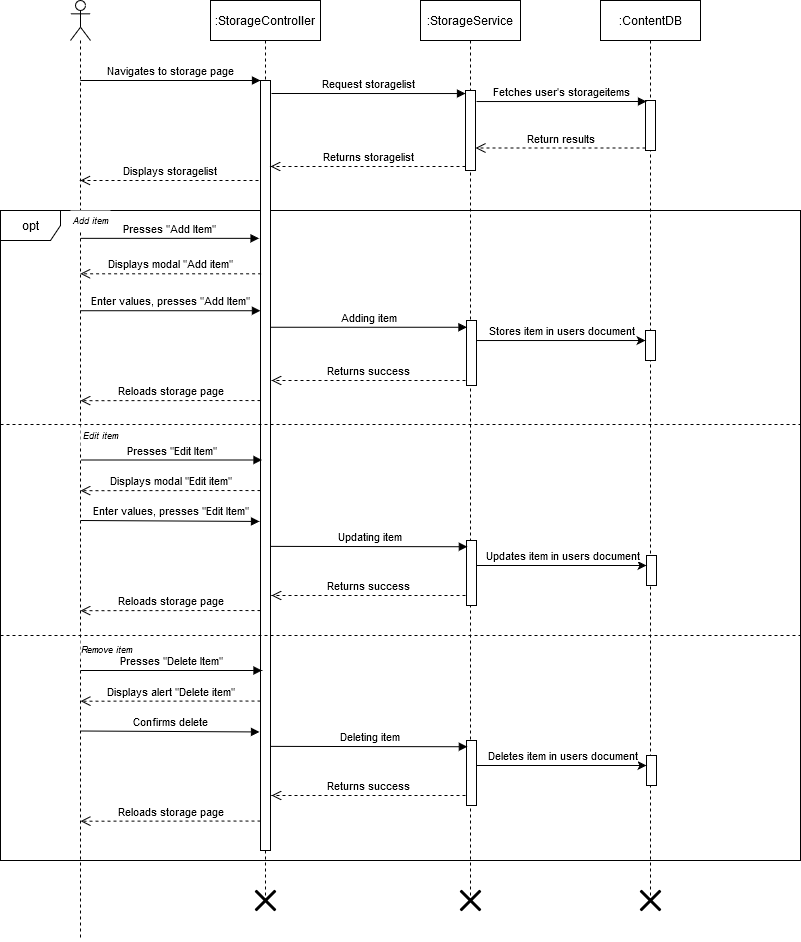
ohrling/exjob keeps this draw.io diagram as Diagrams/SequenceStorageItems.png. Above is the earlier version. Source tidied: cells renumbered, new cells last; positions are measured from the earlier drawing's top-left corner, leaving out a move shared by most shapes.
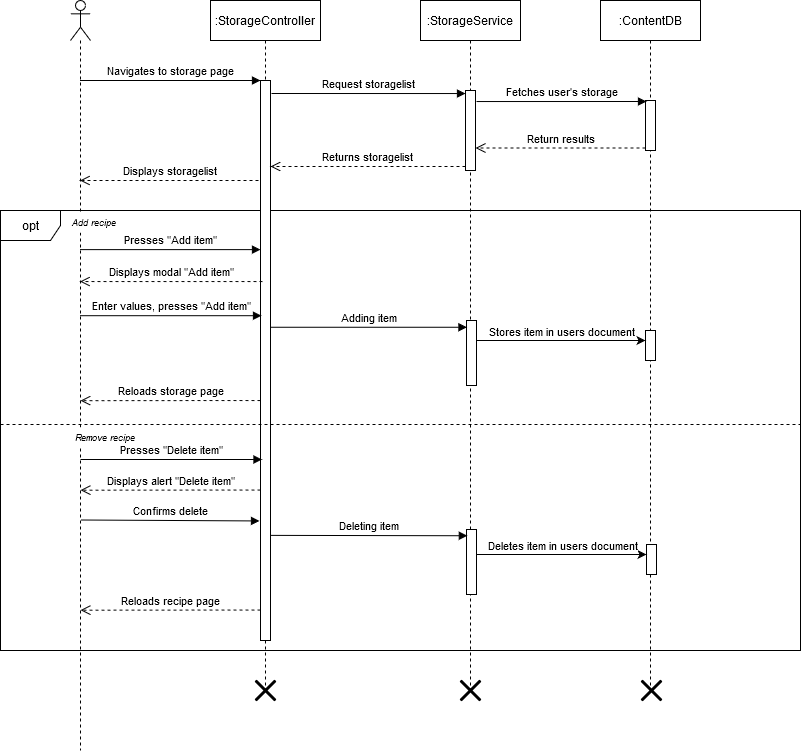
After the change.

Change to the diagram source:
```diff
@@ -3,28 +3,25 @@
     <mxCell id="0" />
     <mxCell id="1" parent="0" />
     <mxCell id="2" value="opt" style="shape=umlFrame;whiteSpace=wrap;html=1;" parent="1" vertex="1">
-      <mxGeometry y="210" width="800" height="650" as="geometry" />
+      <mxGeometry y="210" width="800" height="440" as="geometry" />
     </mxCell>
     <mxCell id="3" style="shape=umlLifeline;participant=umlActor;perimeter=lifelinePerimeter;whiteSpace=wrap;html=1;verticalAlign=top;spacingTop=36;labelBackgroundColor=#ffffff;outlineConnect=0;" parent="1" vertex="1">
-      <mxGeometry x="70" width="20" height="940" as="geometry" />
+      <mxGeometry x="70" width="20" height="750" as="geometry" />
     </mxCell>
     <mxCell id="4" value=":StorageController" style="shape=umlLifeline;perimeter=lifelinePerimeter;whiteSpace=wrap;html=1;" parent="1" vertex="1">
-      <mxGeometry x="210" width="110" height="900" as="geometry" />
+      <mxGeometry x="210" width="110" height="690" as="geometry" />
     </mxCell>
     <mxCell id="5" style="html=1;points=[];perimeter=orthogonalPerimeter;" parent="4" vertex="1">
-      <mxGeometry x="50" y="80" width="10" height="770" as="geometry" />
+      <mxGeometry x="50" y="80" width="10" height="560" as="geometry" />
     </mxCell>
     <mxCell id="6" value=":StorageService" style="shape=umlLifeline;perimeter=lifelinePerimeter;whiteSpace=wrap;html=1;" parent="1" vertex="1">
-      <mxGeometry x="420" width="100" height="900" as="geometry" />
+      <mxGeometry x="420" width="100" height="690" as="geometry" />
     </mxCell>
     <mxCell id="7" style="html=1;points=[];perimeter=orthogonalPerimeter;fillColor=#ffffff;fontSize=11;align=center;" parent="6" vertex="1">
       <mxGeometry x="46" y="320" width="10" height="65" as="geometry" />
     </mxCell>
-    <mxCell id="8" style="html=1;points=[];perimeter=orthogonalPerimeter;fillColor=#ffffff;fontSize=11;align=center;" parent="6" vertex="1">
-      <mxGeometry x="46" y="540" width="10" height="65" as="geometry" />
-    </mxCell>
     <mxCell id="9" style="html=1;points=[];perimeter=orthogonalPerimeter;fillColor=#ffffff;fontSize=11;align=center;" parent="6" vertex="1">
-      <mxGeometry x="46" y="740" width="10" height="65" as="geometry" />
+      <mxGeometry x="46" y="529" width="10" height="65" as="geometry" />
     </mxCell>
     <mxCell id="10" style="html=1;points=[];perimeter=orthogonalPerimeter;" parent="1" vertex="1">
       <mxGeometry x="465" y="90" width="10" height="80" as="geometry" />
@@ -48,7 +45,7 @@
       </mxGeometry>
     </mxCell>
     <mxCell id="15" value=":ContentDB" style="shape=umlLifeline;perimeter=lifelinePerimeter;whiteSpace=wrap;html=1;" parent="1" vertex="1">
-      <mxGeometry x="600" width="100" height="900" as="geometry" />
+      <mxGeometry x="600" width="100" height="690" as="geometry" />
     </mxCell>
     <mxCell id="16" style="html=1;points=[];perimeter=orthogonalPerimeter;" parent="15" vertex="1">
       <mxGeometry x="45" y="100" width="10" height="50" as="geometry" />
@@ -56,34 +53,28 @@
     <mxCell id="17" style="html=1;points=[];perimeter=orthogonalPerimeter;fillColor=#ffffff;fontSize=11;align=center;" parent="15" vertex="1">
       <mxGeometry x="45" y="330" width="10" height="30" as="geometry" />
     </mxCell>
-    <mxCell id="18" style="html=1;points=[];perimeter=orthogonalPerimeter;fillColor=#ffffff;fontSize=11;align=center;" parent="15" vertex="1">
-      <mxGeometry x="46" y="555" width="10" height="30" as="geometry" />
-    </mxCell>
     <mxCell id="19" style="html=1;points=[];perimeter=orthogonalPerimeter;fillColor=#ffffff;fontSize=11;align=center;" parent="15" vertex="1">
-      <mxGeometry x="46" y="755" width="10" height="30" as="geometry" />
+      <mxGeometry x="46" y="544" width="10" height="30" as="geometry" />
     </mxCell>
     <mxCell id="20" value="Return results" style="html=1;verticalAlign=bottom;endArrow=open;dashed=1;endSize=8;exitX=0;exitY=0.95;" parent="1" edge="1" source="16" target="10">
       <mxGeometry relative="1" as="geometry" />
     </mxCell>
-    <mxCell id="21" value="Fetches user's storageitems" style="html=1;verticalAlign=bottom;endArrow=block;exitX=1.1;exitY=0.138;exitDx=0;exitDy=0;exitPerimeter=0;entryX=0.1;entryY=0.02;entryDx=0;entryDy=0;entryPerimeter=0;" parent="1" edge="1" source="10" target="16">
+    <mxCell id="21" value="Fetches user's storage" style="html=1;verticalAlign=bottom;endArrow=block;exitX=1.1;exitY=0.138;exitDx=0;exitDy=0;exitPerimeter=0;entryX=0.1;entryY=0.02;entryDx=0;entryDy=0;entryPerimeter=0;" parent="1" edge="1" source="10" target="16">
       <mxGeometry relative="1" as="geometry" />
     </mxCell>
-    <mxCell id="22" value="Presses &quot;Add Item&quot;" style="html=1;verticalAlign=bottom;endArrow=block;entryX=-0.145;entryY=0.205;entryDx=0;entryDy=0;entryPerimeter=0;" parent="1" edge="1" source="3" target="5">
+    <mxCell id="22" value="Presses &quot;Add item&quot;" style="html=1;verticalAlign=bottom;endArrow=block;entryX=0;entryY=0.302;entryDx=0;entryDy=0;entryPerimeter=0;" parent="1" edge="1" source="3" target="5">
       <mxGeometry relative="1" as="geometry" />
     </mxCell>
-    <mxCell id="23" value="Add item" style="text;html=1;strokeColor=none;fillColor=#ffffff;align=center;verticalAlign=middle;whiteSpace=wrap;rounded=0;fontSize=9;fontStyle=2;" parent="1" vertex="1">
-      <mxGeometry x="70" y="210" width="40" height="20" as="geometry" />
+    <mxCell id="23" value="Add recipe" style="text;html=1;strokeColor=none;fillColor=#ffffff;align=center;verticalAlign=middle;whiteSpace=wrap;rounded=0;fontSize=9;fontStyle=2;" parent="1" vertex="1">
+      <mxGeometry x="67" y="212" width="53" height="20" as="geometry" />
     </mxCell>
-    <mxCell id="24" value="Edit item" style="text;html=1;strokeColor=none;fillColor=#ffffff;align=center;verticalAlign=middle;whiteSpace=wrap;rounded=0;fontSize=9;fontStyle=2;" parent="1" vertex="1">
-      <mxGeometry x="80" y="425" width="40" height="20" as="geometry" />
-    </mxCell>
-    <mxCell id="25" value="Remove item" style="text;html=1;strokeColor=none;fillColor=#ffffff;align=center;verticalAlign=middle;whiteSpace=wrap;rounded=0;fontSize=9;fontStyle=2;" parent="1" vertex="1">
-      <mxGeometry x="80" y="639" width="53" height="20" as="geometry" />
+    <mxCell id="25" value="Remove recipe" style="text;html=1;strokeColor=none;fillColor=#ffffff;align=center;verticalAlign=middle;whiteSpace=wrap;rounded=0;fontSize=9;fontStyle=2;" parent="1" vertex="1">
+      <mxGeometry x="70" y="427" width="70" height="20" as="geometry" />
     </mxCell>
-    <mxCell id="26" value="Displays modal &quot;Add item&quot;" style="html=1;verticalAlign=bottom;endArrow=open;dashed=1;endSize=8;fontSize=11;exitX=0.062;exitY=0.251;exitDx=0;exitDy=0;exitPerimeter=0;" parent="1" edge="1" source="5" target="3">
+    <mxCell id="26" value="Displays modal &quot;Add item&quot;" style="html=1;verticalAlign=bottom;endArrow=open;dashed=1;endSize=8;fontSize=11;exitX=0.2;exitY=0.359;exitDx=0;exitDy=0;exitPerimeter=0;" parent="1" edge="1" source="5" target="3">
       <mxGeometry relative="1" as="geometry" />
     </mxCell>
-    <mxCell id="27" value="Enter values, presses &quot;Add Item&quot;" style="html=1;verticalAlign=bottom;endArrow=block;entryX=-0.007;entryY=0.299;entryDx=0;entryDy=0;entryPerimeter=0;" parent="1" edge="1" source="3" target="5">
+    <mxCell id="27" value="Enter values, presses &quot;Add item&quot;" style="html=1;verticalAlign=bottom;endArrow=block;entryX=0.1;entryY=0.42;entryDx=0;entryDy=0;entryPerimeter=0;" parent="1" edge="1" source="3" target="5">
       <mxGeometry relative="1" as="geometry" />
     </mxCell>
     <mxCell id="28" value="Adding item" style="html=1;verticalAlign=bottom;endArrow=block;fontSize=11;entryX=0.045;entryY=0.104;entryDx=0;entryDy=0;entryPerimeter=0;" parent="1" edge="1" target="7">
@@ -104,12 +95,6 @@
         <mxPoint x="-21" y="-9" as="offset" />
       </mxGeometry>
     </mxCell>
-    <mxCell id="31" value="Returns success" style="html=1;verticalAlign=bottom;endArrow=open;dashed=1;endSize=8;fontSize=11;" parent="1" edge="1">
-      <mxGeometry relative="1" as="geometry">
-        <mxPoint x="465" y="380" as="sourcePoint" />
-        <mxPoint x="271" y="380" as="targetPoint" />
-      </mxGeometry>
-    </mxCell>
     <mxCell id="32" value="Reloads storage page" style="html=1;verticalAlign=bottom;endArrow=open;dashed=1;endSize=8;fontSize=11;exitX=0;exitY=0.443;exitDx=0;exitDy=0;exitPerimeter=0;" parent="1" edge="1">
       <mxGeometry relative="1" as="geometry">
         <mxPoint x="260" y="400" as="sourcePoint" />
@@ -119,91 +104,49 @@
     <mxCell id="33" style="line;strokeWidth=1;fillColor=none;align=left;verticalAlign=middle;spacingTop=-1;spacingLeft=3;spacingRight=3;labelPosition=right;fontSize=11;dashed=1;" parent="1" vertex="1">
       <mxGeometry y="420" width="800" height="8" as="geometry" />
     </mxCell>
-    <mxCell id="34" value="Presses &quot;Edit Item&quot;" style="html=1;verticalAlign=bottom;endArrow=block;entryX=0.1;entryY=0.369;entryDx=0;entryDy=0;entryPerimeter=0;" parent="1" edge="1">
-      <mxGeometry relative="1" as="geometry">
-        <mxPoint x="80" y="459.5" as="sourcePoint" />
-        <mxPoint x="261.5" y="459.5" as="targetPoint" />
-      </mxGeometry>
-    </mxCell>
-    <mxCell id="35" value="Displays modal &quot;Edit item&quot;" style="html=1;verticalAlign=bottom;endArrow=open;dashed=1;endSize=8;fontSize=11;exitX=0;exitY=0.443;exitDx=0;exitDy=0;exitPerimeter=0;" parent="1" edge="1">
-      <mxGeometry relative="1" as="geometry">
-        <mxPoint x="260" y="490" as="sourcePoint" />
-        <mxPoint x="80" y="490.1" as="targetPoint" />
-      </mxGeometry>
-    </mxCell>
-    <mxCell id="36" value="Enter values, presses &quot;Edit Item&quot;" style="html=1;verticalAlign=bottom;endArrow=block;exitX=0.6;exitY=0.43;exitDx=0;exitDy=0;exitPerimeter=0;entryX=0.1;entryY=0.369;entryDx=0;entryDy=0;entryPerimeter=0;" parent="1" edge="1">
-      <mxGeometry relative="1" as="geometry">
-        <mxPoint x="80" y="520" as="sourcePoint" />
-        <mxPoint x="259" y="520.9" as="targetPoint" />
-      </mxGeometry>
-    </mxCell>
-    <mxCell id="37" style="edgeStyle=orthogonalEdgeStyle;rounded=0;jettySize=auto;html=1;fontSize=11;" parent="1" edge="1" source="8" target="18">
+    <mxCell id="37" style="edgeStyle=orthogonalEdgeStyle;rounded=0;jettySize=auto;html=1;fontSize=11;" parent="1" edge="1" source="x">
       <mxGeometry relative="1" as="geometry">
+        <mxPoint x="646" y="565" as="targetPoint" />
         <Array as="points">
           <mxPoint x="581" y="565" />
           <mxPoint x="581" y="565" />
         </Array>
       </mxGeometry>
     </mxCell>
-    <mxCell id="38" value="Updates item in users document" style="text;html=1;align=center;verticalAlign=middle;labelBackgroundColor=#ffffff;fontSize=11;" parent="37" vertex="1">
-      <mxGeometry x="0.25" y="1" relative="1" as="geometry">
-        <mxPoint x="-21" y="-9" as="offset" />
-      </mxGeometry>
-    </mxCell>
-    <mxCell id="39" value="Updating item" style="html=1;verticalAlign=bottom;endArrow=block;fontSize=11;entryX=0.083;entryY=0.096;entryDx=0;entryDy=0;entryPerimeter=0;exitX=0.9;exitY=0.392;exitDx=0;exitDy=0;exitPerimeter=0;" parent="1" edge="1" target="8">
-      <mxGeometry relative="1" as="geometry">
-        <mxPoint x="270" y="545.9" as="sourcePoint" />
-      </mxGeometry>
-    </mxCell>
-    <mxCell id="40" value="Returns success" style="html=1;verticalAlign=bottom;endArrow=open;dashed=1;endSize=8;fontSize=11;" parent="1" edge="1">
-      <mxGeometry relative="1" as="geometry">
-        <mxPoint x="465" y="595" as="sourcePoint" />
-        <mxPoint x="271" y="595" as="targetPoint" />
-      </mxGeometry>
-    </mxCell>
-    <mxCell id="41" value="Reloads storage page" style="html=1;verticalAlign=bottom;endArrow=open;dashed=1;endSize=8;fontSize=11;exitX=0;exitY=0.443;exitDx=0;exitDy=0;exitPerimeter=0;" parent="1" edge="1">
-      <mxGeometry relative="1" as="geometry">
-        <mxPoint x="260" y="610" as="sourcePoint" />
-        <mxPoint x="80" y="610.2" as="targetPoint" />
-      </mxGeometry>
-    </mxCell>
-    <mxCell id="42" style="line;strokeWidth=1;fillColor=none;align=left;verticalAlign=middle;spacingTop=-1;spacingLeft=3;spacingRight=3;labelPosition=right;fontSize=11;dashed=1;" parent="1" vertex="1">
-      <mxGeometry y="631" width="800" height="8" as="geometry" />
-    </mxCell>
-    <mxCell id="43" value="Presses &quot;Delete Item&quot;" style="html=1;verticalAlign=bottom;endArrow=block;entryX=0.1;entryY=0.369;entryDx=0;entryDy=0;entryPerimeter=0;" parent="1" edge="1">
+    <mxCell id="43" value="Presses &quot;Delete item&quot;" style="html=1;verticalAlign=bottom;endArrow=block;entryX=0.1;entryY=0.369;entryDx=0;entryDy=0;entryPerimeter=0;" parent="1" edge="1">
       <mxGeometry relative="1" as="geometry">
-        <mxPoint x="80" y="670" as="sourcePoint" />
-        <mxPoint x="261.5" y="670" as="targetPoint" />
+        <mxPoint x="80" y="459" as="sourcePoint" />
+        <mxPoint x="261.5" y="459" as="targetPoint" />
       </mxGeometry>
     </mxCell>
     <mxCell id="44" value="Displays alert &quot;Delete item&quot;" style="html=1;verticalAlign=bottom;endArrow=open;dashed=1;endSize=8;fontSize=11;exitX=0;exitY=0.443;exitDx=0;exitDy=0;exitPerimeter=0;" parent="1" edge="1">
       <mxGeometry relative="1" as="geometry">
-        <mxPoint x="260" y="700.5" as="sourcePoint" />
-        <mxPoint x="80" y="700.7" as="targetPoint" />
+        <mxPoint x="260" y="489.5" as="sourcePoint" />
+        <mxPoint x="80" y="489.7" as="targetPoint" />
       </mxGeometry>
     </mxCell>
     <mxCell id="45" value="Confirms delete" style="html=1;verticalAlign=bottom;endArrow=block;exitX=0.6;exitY=0.43;exitDx=0;exitDy=0;exitPerimeter=0;entryX=0.1;entryY=0.369;entryDx=0;entryDy=0;entryPerimeter=0;" parent="1" edge="1">
       <mxGeometry relative="1" as="geometry">
-        <mxPoint x="80" y="730.5" as="sourcePoint" />
-        <mxPoint x="259" y="731.4" as="targetPoint" />
+        <mxPoint x="80" y="519.5" as="sourcePoint" />
+        <mxPoint x="259" y="520.4" as="targetPoint" />
       </mxGeometry>
     </mxCell>
-    <mxCell id="46" value="Reloads storage page" style="html=1;verticalAlign=bottom;endArrow=open;dashed=1;endSize=8;fontSize=11;exitX=0;exitY=0.443;exitDx=0;exitDy=0;exitPerimeter=0;" parent="1" edge="1">
+    <mxCell id="46" value="Reloads recipe page" style="html=1;verticalAlign=bottom;endArrow=open;dashed=1;endSize=8;fontSize=11;exitX=0;exitY=0.443;exitDx=0;exitDy=0;exitPerimeter=0;" parent="1" edge="1">
       <mxGeometry relative="1" as="geometry">
-        <mxPoint x="260" y="820.5" as="sourcePoint" />
-        <mxPoint x="80" y="820.7" as="targetPoint" />
+        <mxPoint x="260" y="609.5" as="sourcePoint" />
+        <mxPoint x="80" y="609.7" as="targetPoint" />
       </mxGeometry>
     </mxCell>
     <mxCell id="47" value="Deleting item" style="html=1;verticalAlign=bottom;endArrow=block;fontSize=11;entryX=0.083;entryY=0.096;entryDx=0;entryDy=0;entryPerimeter=0;exitX=0.9;exitY=0.392;exitDx=0;exitDy=0;exitPerimeter=0;" parent="1" edge="1" target="9">
       <mxGeometry relative="1" as="geometry">
-        <mxPoint x="270" y="745.9" as="sourcePoint" />
+        <mxPoint x="270" y="534.9" as="sourcePoint" />
       </mxGeometry>
     </mxCell>
     <mxCell id="48" style="edgeStyle=orthogonalEdgeStyle;rounded=0;jettySize=auto;html=1;fontSize=11;" parent="1" edge="1" source="9" target="19">
       <mxGeometry relative="1" as="geometry">
         <Array as="points">
-          <mxPoint x="581" y="765" />
-          <mxPoint x="581" y="765" />
+          <mxPoint x="581" y="554" />
+          <mxPoint x="581" y="554" />
         </Array>
       </mxGeometry>
     </mxCell>
@@ -212,20 +155,14 @@
         <mxPoint x="-21" y="-9" as="offset" />
       </mxGeometry>
     </mxCell>
-    <mxCell id="50" value="Returns success" style="html=1;verticalAlign=bottom;endArrow=open;dashed=1;endSize=8;fontSize=11;" parent="1" edge="1">
-      <mxGeometry relative="1" as="geometry">
-        <mxPoint x="465" y="795" as="sourcePoint" />
-        <mxPoint x="271" y="795" as="targetPoint" />
-      </mxGeometry>
-    </mxCell>
     <mxCell id="51" style="shape=umlDestroy;whiteSpace=wrap;html=1;strokeWidth=3;fillColor=#ffffff;fontSize=11;align=center;" parent="1" vertex="1">
-      <mxGeometry x="255" y="890" width="20" height="20" as="geometry" />
+      <mxGeometry x="255" y="680" width="20" height="20" as="geometry" />
     </mxCell>
     <mxCell id="52" style="shape=umlDestroy;whiteSpace=wrap;html=1;strokeWidth=3;fillColor=#ffffff;fontSize=11;align=center;" parent="1" vertex="1">
-      <mxGeometry x="460" y="890" width="20" height="20" as="geometry" />
+      <mxGeometry x="460" y="680" width="20" height="20" as="geometry" />
     </mxCell>
     <mxCell id="53" style="shape=umlDestroy;whiteSpace=wrap;html=1;strokeWidth=3;fillColor=#ffffff;fontSize=11;align=center;" parent="1" vertex="1">
-      <mxGeometry x="640" y="890" width="20" height="20" as="geometry" />
+      <mxGeometry x="641" y="680" width="20" height="20" as="geometry" />
     </mxCell>
   </root>
 </mxGraphModel>
```
